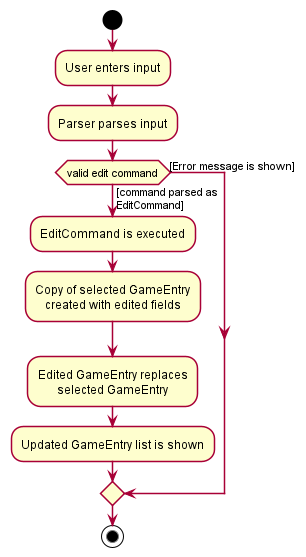
The PlantUML diagram docs/images/EditActivityDiagram.png in yzhilong/tp, before a commit. Source of this version:
```plantuml
@startuml
!include style.puml
start
:User enters input;
:Parser parses input;
if (valid edit command) then ([command parsed as
EditCommand])
:EditCommand is executed;
:Copy of selected GameEntry
created with edited fields;
:Edited GameEntry replaces
selected GameEntry;
:Updated GameEntry list is shown;
else ([Error message is shown])
endif
stop
@enduml
```
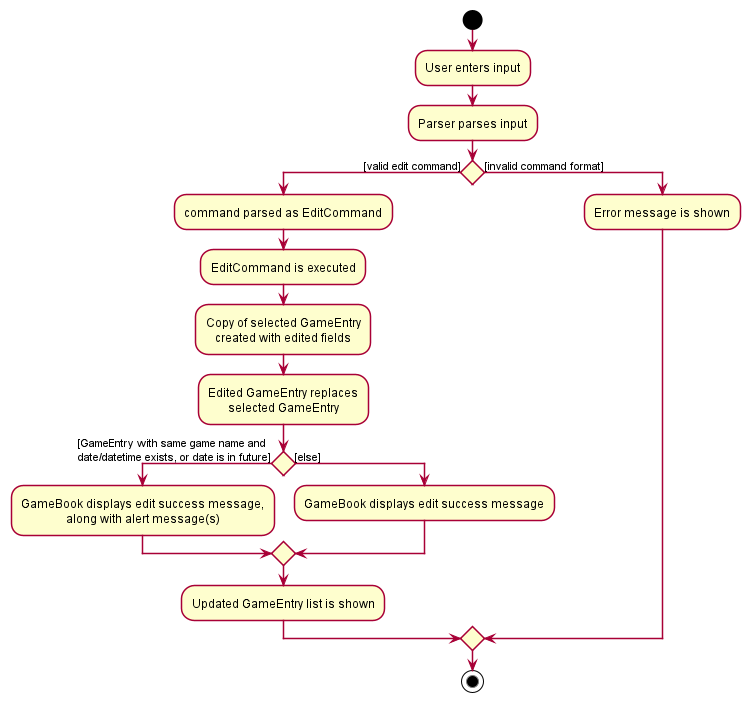
After the change.

Commit message:
Update edit activity diagram and MSS with alerts

What changed in the source:
```diff
@@ -3,15 +3,23 @@
 start
 :User enters input;
 :Parser parses input;
-if (valid edit command) then ([command parsed as
-EditCommand])
+if () then ([valid edit command])
+:command parsed as EditCommand;
 :EditCommand is executed;
 :Copy of selected GameEntry
 created with edited fields;
 :Edited GameEntry replaces
 selected GameEntry;
+if () then([GameEntry with same game name and
+date/datetime exists, or date is in future])
+:GameBook displays edit success message,
+along with alert message(s);
+else ([else])
+:GameBook displays edit success message;
+endif
 :Updated GameEntry list is shown;
-else ([Error message is shown])
+else ([invalid command format])
+:Error message is shown;
 endif
 stop
 @enduml
```
